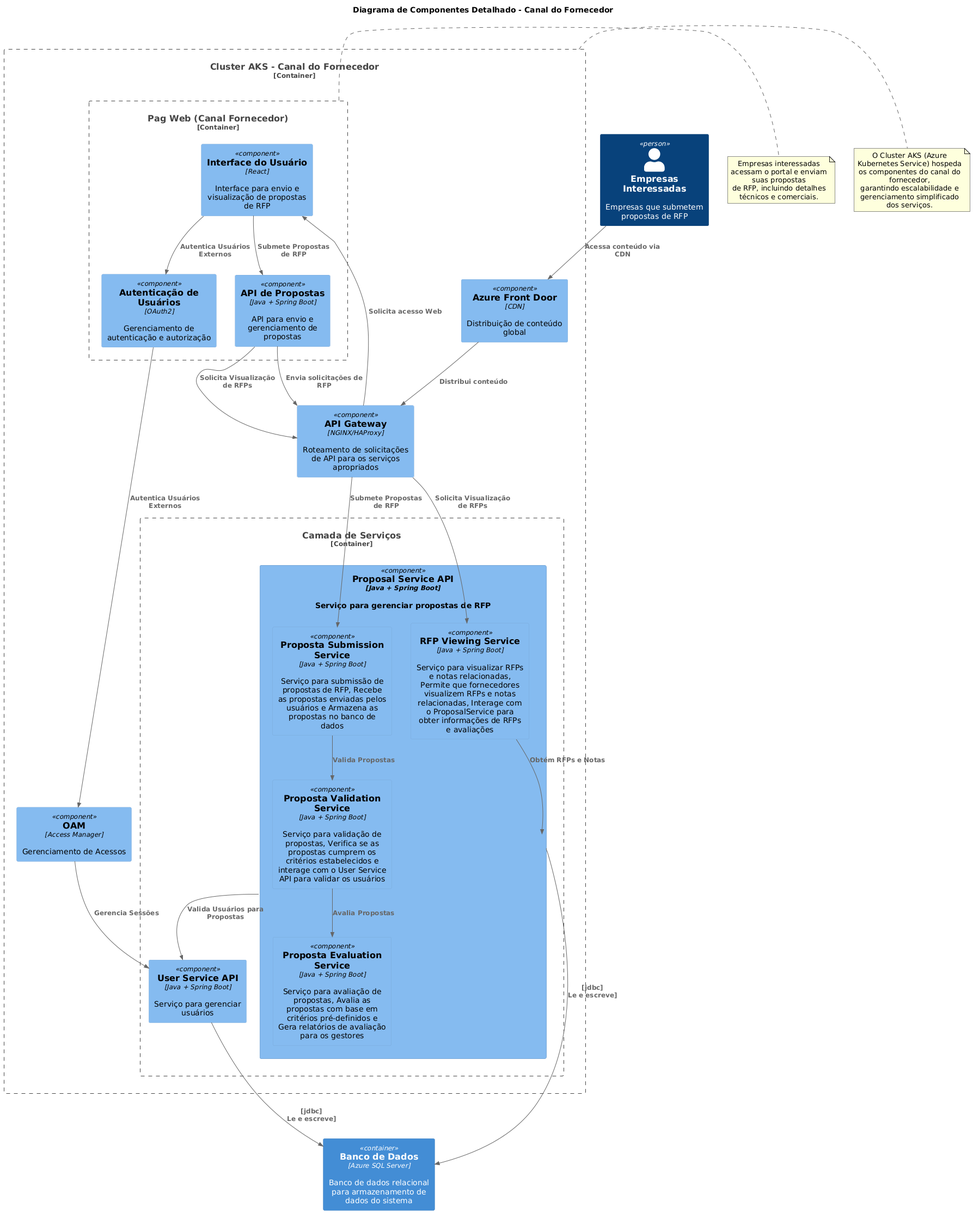
Before: images/c4/component/canal_empresas.png, a diagram exported from PlantUML (JohnatanSantana/fiap_design_omb).
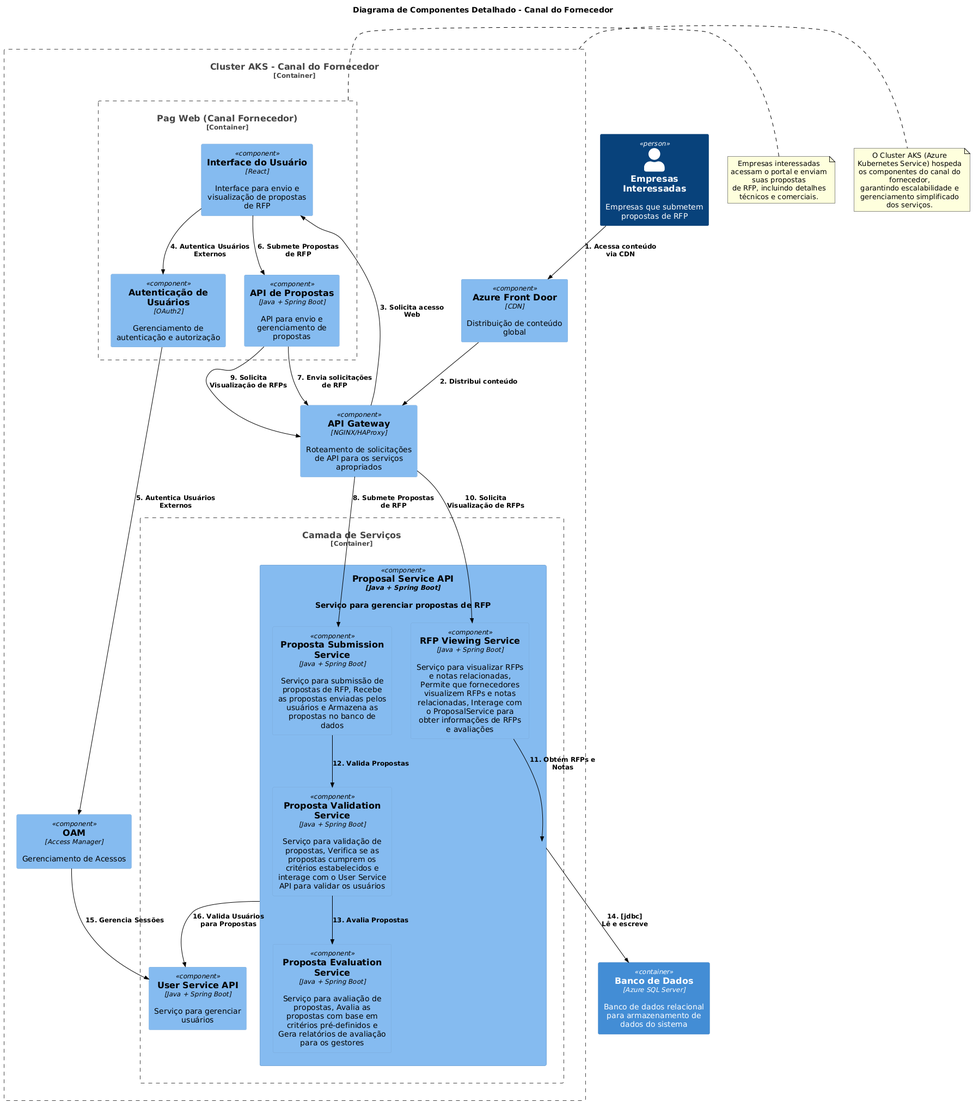
The same diagram one commit later.

Change to the diagram source:
```diff
@@ -4,6 +4,10 @@
 !define TEXT_COLOR black
 
 !include https://raw.githubusercontent.com/plantuml-stdlib/C4-PlantUML/master/C4_Component.puml
+
+skinparam ArrowColor black
+skinparam ArrowThickness 1
+skinparam DefaultFontColor black
 
 title Diagrama de Componentes Detalhado - Canal do Fornecedor
 Person(Companies, "Empresas Interessadas", "Empresas que submetem propostas de RFP")
@@ -32,23 +36,22 @@
 
 Container(Database, "Banco de Dados", "Azure SQL Server", "Banco de dados relacional para armazenamento de dados do sistema")
 
-Rel(Companies, AzureFrontDoor, "Acessa conteúdo via CDN")
-Rel(AzureFrontDoor, APIIntegration, "Distribui conteúdo")
-Rel(APIIntegration, SupplierUI, "Solicita acesso Web")
-Rel(SupplierUI, SupplierAuth, "Autentica Usuários Externos")
-Rel(SupplierAuth, OAM, "Autentica Usuários Externos")
-Rel(SupplierUI, SupplierAPI, "Submete Propostas de RFP")
-Rel(SupplierAPI, APIIntegration, "Envia solicitações de RFP")
-Rel(APIIntegration, ProposalSubmission, "Submete Propostas de RFP")
-Rel(SupplierAPI, APIIntegration, "Solicita Visualização de RFPs")
-Rel(APIIntegration, RFPViewService, "Solicita Visualização de RFPs")
-Rel(RFPViewService, ProposalService, "Obtém RFPs e Notas")
-Rel(ProposalSubmission, ProposalValidation, "Valida Propostas")
-Rel(ProposalValidation, ProposalEvaluation, "Avalia Propostas")
-Rel(ProposalService, Database, "[jdbc]\nLe e escreve]")
-Rel(UserService, Database, "[jdbc]\nLe e escreve]")
-Rel(OAM, UserService, "Gerencia Sessões")
-Rel(ProposalService, UserService, "Valida Usuários para Propostas")
+Rel(Companies, AzureFrontDoor, "1. Acessa conteúdo via CDN")
+Rel(AzureFrontDoor, APIIntegration, "2. Distribui conteúdo")
+Rel(APIIntegration, SupplierUI, "3. Solicita acesso Web")
+Rel(SupplierUI, SupplierAuth, "4. Autentica Usuários Externos")
+Rel(SupplierAuth, OAM, "5. Autentica Usuários Externos")
+Rel(SupplierUI, SupplierAPI, "6. Submete Propostas de RFP")
+Rel(SupplierAPI, APIIntegration, "7. Envia solicitações de RFP")
+Rel(APIIntegration, ProposalSubmission, "8. Submete Propostas de RFP")
+Rel(SupplierAPI, APIIntegration, "9. Solicita Visualização de RFPs")
+Rel(APIIntegration, RFPViewService, "10. Solicita Visualização de RFPs")
+Rel(RFPViewService, ProposalService, "11. Obtém RFPs e Notas")
+Rel(ProposalSubmission, ProposalValidation, "12. Valida Propostas")
+Rel(ProposalValidation, ProposalEvaluation, "13. Avalia Propostas")
+Rel(ProposalService, Database, "14. [jdbc]\nLê e escreve")
+Rel(OAM, UserService, "15. Gerencia Sessões")
+Rel(ProposalService, UserService, "16. Valida Usuários para Propostas")
 
 note right of SupplierPortal
     Empresas interessadas acessam o portal e enviam suas propostas
```
